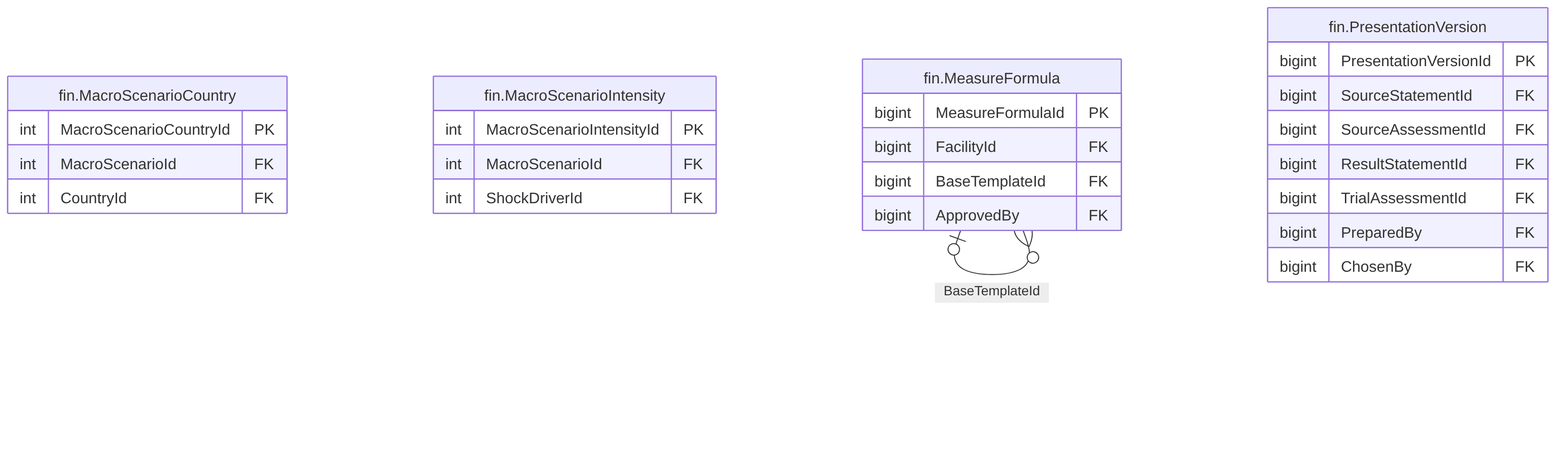
The Mermaid diagram treasury-platform/docs/diagrams/erd/m5_financials_9.png in thawrasy/smartlines, before a commit. Its source is kept beside it as treasury-platform/docs/diagrams/erd/m5_financials_9.mmd.
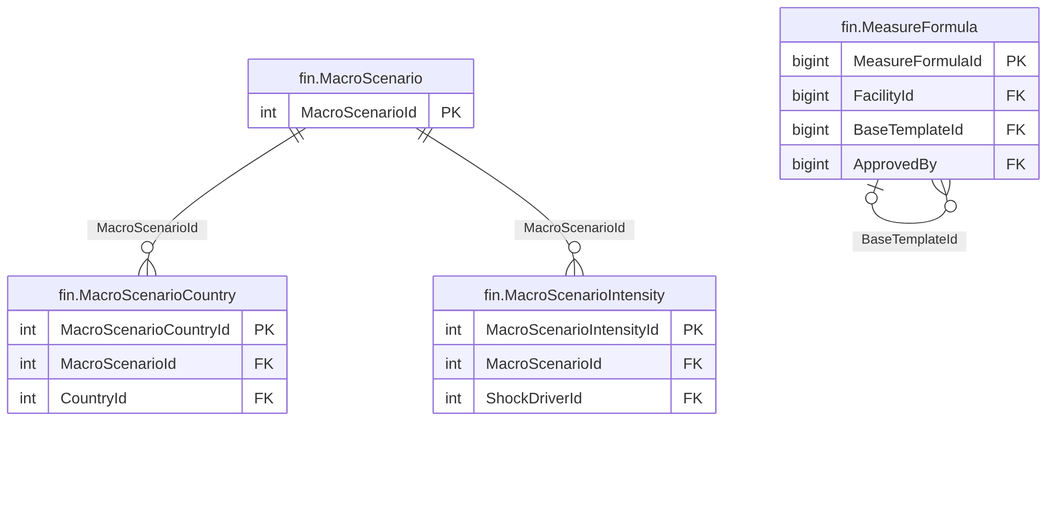
Above is the later version.

Change to the diagram source:
```diff
@@ -1,4 +1,7 @@
 erDiagram
+  fin_MacroScenario["fin.MacroScenario"] {
+    int MacroScenarioId PK
+  }
   fin_MacroScenarioCountry["fin.MacroScenarioCountry"] {
     int MacroScenarioCountryId PK
     int MacroScenarioId FK
@@ -15,13 +18,6 @@
     bigint BaseTemplateId FK
     bigint ApprovedBy FK
   }
-  fin_PresentationVersion["fin.PresentationVersion"] {
-    bigint PresentationVersionId PK
-    bigint SourceStatementId FK
-    bigint SourceAssessmentId FK
-    bigint ResultStatementId FK
-    bigint TrialAssessmentId FK
-    bigint PreparedBy FK
-    bigint ChosenBy FK
-  }
+  fin_MacroScenario ||--o{ fin_MacroScenarioCountry : "MacroScenarioId"
+  fin_MacroScenario ||--o{ fin_MacroScenarioIntensity : "MacroScenarioId"
   fin_MeasureFormula |o--o{ fin_MeasureFormula : "BaseTemplateId"
```
